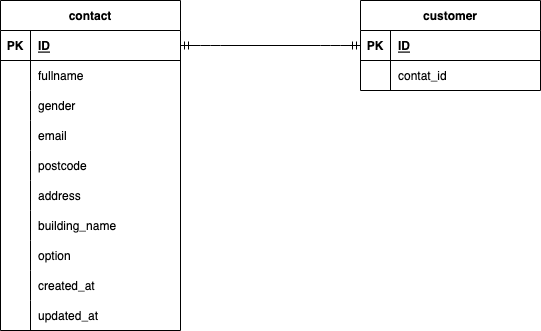
This is index.drawio.png from YukikoTK/first_test, a draw.io export, as it was before one commit. Source tidied: cells renumbered, new cells last; positions are measured from the earlier drawing's top-left corner, leaving out a move shared by most shapes. Its diagram source:
```xml
<mxGraphModel>
  <root>
    <mxCell id="0" />
    <mxCell id="1" parent="0" />
    <mxCell id="2" value="contact" style="shape=table;startSize=30;rowLines=0;fontStyle=1;align=center;" parent="1" vertex="1">
      <mxGeometry width="180" height="330" as="geometry" />
    </mxCell>
    <mxCell id="3" style="shape=tableRow;horizontal=0;startSize=0;swimlaneHead=0;swimlaneBody=0;fillColor=none;points=[[0,0.5],[1,0.5]];portConstraint=eastwest;top=0;left=0;right=0;bottom=1;" parent="2" vertex="1">
      <mxGeometry y="30" width="180" height="30" as="geometry" />
    </mxCell>
    <mxCell id="4" value="PK" style="shape=partialRectangle;fillColor=none;top=0;left=0;bottom=0;right=0;fontStyle=1;overflow=hidden;" parent="3" vertex="1">
      <mxGeometry width="30" height="30" as="geometry" />
    </mxCell>
    <mxCell id="5" value="ID" style="shape=partialRectangle;fillColor=none;top=0;left=0;bottom=0;right=0;align=left;spacingLeft=6;fontStyle=5;overflow=hidden;" parent="3" vertex="1">
      <mxGeometry x="30" width="150" height="30" as="geometry" />
    </mxCell>
    <mxCell id="6" style="shape=tableRow;horizontal=0;startSize=0;swimlaneHead=0;swimlaneBody=0;fillColor=none;top=0;left=0;right=0;bottom=0;" parent="2" vertex="1">
      <mxGeometry y="60" width="180" height="30" as="geometry" />
    </mxCell>
    <mxCell id="7" style="shape=partialRectangle;fillColor=none;top=0;left=0;bottom=0;right=0;overflow=hidden;" parent="6" vertex="1">
      <mxGeometry width="30" height="30" as="geometry" />
    </mxCell>
    <mxCell id="8" value="fullname" style="shape=partialRectangle;fillColor=none;top=0;left=0;bottom=0;right=0;align=left;spacingLeft=6;overflow=hidden;" parent="6" vertex="1">
      <mxGeometry x="30" width="150" height="30" as="geometry" />
    </mxCell>
    <mxCell id="9" style="shape=tableRow;horizontal=0;startSize=0;swimlaneHead=0;swimlaneBody=0;fillColor=none;top=0;left=0;right=0;bottom=0;" parent="2" vertex="1">
      <mxGeometry y="90" width="180" height="30" as="geometry" />
    </mxCell>
    <mxCell id="10" style="shape=partialRectangle;fillColor=none;top=0;left=0;bottom=0;right=0;overflow=hidden;" parent="9" vertex="1">
      <mxGeometry width="30" height="30" as="geometry" />
    </mxCell>
    <mxCell id="11" value="gender" style="shape=partialRectangle;fillColor=none;top=0;left=0;bottom=0;right=0;align=left;spacingLeft=6;overflow=hidden;" parent="9" vertex="1">
      <mxGeometry x="30" width="150" height="30" as="geometry" />
    </mxCell>
    <mxCell id="12" style="shape=tableRow;horizontal=0;startSize=0;swimlaneHead=0;swimlaneBody=0;fillColor=none;top=0;left=0;right=0;bottom=0;" parent="2" vertex="1">
      <mxGeometry y="120" width="180" height="30" as="geometry" />
    </mxCell>
    <mxCell id="13" style="shape=partialRectangle;fillColor=none;top=0;left=0;bottom=0;right=0;overflow=hidden;" parent="12" vertex="1">
      <mxGeometry width="30" height="30" as="geometry" />
    </mxCell>
    <mxCell id="14" value="email" style="shape=partialRectangle;fillColor=none;top=0;left=0;bottom=0;right=0;align=left;spacingLeft=6;overflow=hidden;" parent="12" vertex="1">
      <mxGeometry x="30" width="150" height="30" as="geometry" />
    </mxCell>
    <mxCell id="15" style="shape=tableRow;horizontal=0;startSize=0;swimlaneHead=0;swimlaneBody=0;fillColor=none;top=0;left=0;right=0;bottom=0;" parent="2" vertex="1">
      <mxGeometry y="150" width="180" height="30" as="geometry" />
    </mxCell>
    <mxCell id="16" style="shape=partialRectangle;fillColor=none;top=0;left=0;bottom=0;right=0;overflow=hidden;" parent="15" vertex="1">
      <mxGeometry width="30" height="30" as="geometry" />
    </mxCell>
    <mxCell id="17" value="postcode" style="shape=partialRectangle;fillColor=none;top=0;left=0;bottom=0;right=0;align=left;spacingLeft=6;overflow=hidden;" parent="15" vertex="1">
      <mxGeometry x="30" width="150" height="30" as="geometry" />
    </mxCell>
    <mxCell id="18" style="shape=tableRow;horizontal=0;startSize=0;swimlaneHead=0;swimlaneBody=0;fillColor=none;top=0;left=0;right=0;bottom=0;" parent="2" vertex="1">
      <mxGeometry y="180" width="180" height="30" as="geometry" />
    </mxCell>
    <mxCell id="19" style="shape=partialRectangle;fillColor=none;top=0;left=0;bottom=0;right=0;overflow=hidden;" parent="18" vertex="1">
      <mxGeometry width="30" height="30" as="geometry" />
    </mxCell>
    <mxCell id="20" value="address" style="shape=partialRectangle;fillColor=none;top=0;left=0;bottom=0;right=0;align=left;spacingLeft=6;overflow=hidden;" parent="18" vertex="1">
      <mxGeometry x="30" width="150" height="30" as="geometry" />
    </mxCell>
    <mxCell id="21" style="shape=tableRow;horizontal=0;startSize=0;swimlaneHead=0;swimlaneBody=0;fillColor=none;top=0;left=0;right=0;bottom=0;" parent="2" vertex="1">
      <mxGeometry y="210" width="180" height="30" as="geometry" />
    </mxCell>
    <mxCell id="22" style="shape=partialRectangle;fillColor=none;top=0;left=0;bottom=0;right=0;overflow=hidden;" parent="21" vertex="1">
      <mxGeometry width="30" height="30" as="geometry" />
    </mxCell>
    <mxCell id="23" value="building_name" style="shape=partialRectangle;fillColor=none;top=0;left=0;bottom=0;right=0;align=left;spacingLeft=6;overflow=hidden;" parent="21" vertex="1">
      <mxGeometry x="30" width="150" height="30" as="geometry" />
    </mxCell>
    <mxCell id="24" style="shape=tableRow;horizontal=0;startSize=0;swimlaneHead=0;swimlaneBody=0;fillColor=none;top=0;left=0;right=0;bottom=0;" parent="2" vertex="1">
      <mxGeometry y="240" width="180" height="30" as="geometry" />
    </mxCell>
    <mxCell id="25" style="shape=partialRectangle;fillColor=none;top=0;left=0;bottom=0;right=0;overflow=hidden;" parent="24" vertex="1">
      <mxGeometry width="30" height="30" as="geometry" />
    </mxCell>
    <mxCell id="26" value="option" style="shape=partialRectangle;fillColor=none;top=0;left=0;bottom=0;right=0;align=left;spacingLeft=6;overflow=hidden;" parent="24" vertex="1">
      <mxGeometry x="30" width="150" height="30" as="geometry" />
    </mxCell>
    <mxCell id="27" style="shape=tableRow;horizontal=0;startSize=0;swimlaneHead=0;swimlaneBody=0;fillColor=none;top=0;left=0;right=0;bottom=0;" parent="2" vertex="1">
      <mxGeometry y="270" width="180" height="30" as="geometry" />
    </mxCell>
    <mxCell id="28" style="shape=partialRectangle;fillColor=none;top=0;left=0;bottom=0;right=0;overflow=hidden;" parent="27" vertex="1">
      <mxGeometry width="30" height="30" as="geometry" />
    </mxCell>
    <mxCell id="29" value="created_at" style="shape=partialRectangle;fillColor=none;top=0;left=0;bottom=0;right=0;align=left;spacingLeft=6;overflow=hidden;" parent="27" vertex="1">
      <mxGeometry x="30" width="150" height="30" as="geometry" />
    </mxCell>
    <mxCell id="30" style="shape=tableRow;horizontal=0;startSize=0;swimlaneHead=0;swimlaneBody=0;fillColor=none;top=0;left=0;right=0;bottom=0;" parent="2" vertex="1">
      <mxGeometry y="300" width="180" height="30" as="geometry" />
    </mxCell>
    <mxCell id="31" style="shape=partialRectangle;fillColor=none;top=0;left=0;bottom=0;right=0;overflow=hidden;" parent="30" vertex="1">
      <mxGeometry width="30" height="30" as="geometry" />
    </mxCell>
    <mxCell id="32" value="updated_at" style="shape=partialRectangle;fillColor=none;top=0;left=0;bottom=0;right=0;align=left;spacingLeft=6;overflow=hidden;" parent="30" vertex="1">
      <mxGeometry x="30" width="150" height="30" as="geometry" />
    </mxCell>
    <mxCell id="33" value="customer" style="shape=table;startSize=30;rowLines=0;fontStyle=1;align=center;" parent="1" vertex="1">
      <mxGeometry x="360" width="180" height="90" as="geometry" />
    </mxCell>
    <mxCell id="34" style="shape=tableRow;horizontal=0;startSize=0;swimlaneHead=0;swimlaneBody=0;fillColor=none;points=[[0,0.5],[1,0.5]];portConstraint=eastwest;top=0;left=0;right=0;bottom=1;" parent="33" vertex="1">
      <mxGeometry y="30" width="180" height="30" as="geometry" />
    </mxCell>
    <mxCell id="35" value="PK" style="shape=partialRectangle;fillColor=none;top=0;left=0;bottom=0;right=0;fontStyle=1;overflow=hidden;" parent="34" vertex="1">
      <mxGeometry width="30" height="30" as="geometry" />
    </mxCell>
    <mxCell id="36" value="ID" style="shape=partialRectangle;fillColor=none;top=0;left=0;bottom=0;right=0;align=left;spacingLeft=6;fontStyle=5;overflow=hidden;" parent="34" vertex="1">
      <mxGeometry x="30" width="150" height="30" as="geometry" />
    </mxCell>
    <mxCell id="37" style="shape=tableRow;horizontal=0;startSize=0;swimlaneHead=0;swimlaneBody=0;fillColor=none;top=0;left=0;right=0;bottom=0;" parent="33" vertex="1">
      <mxGeometry y="60" width="180" height="30" as="geometry" />
    </mxCell>
    <mxCell id="38" style="shape=partialRectangle;fillColor=none;top=0;left=0;bottom=0;right=0;overflow=hidden;" parent="37" vertex="1">
      <mxGeometry width="30" height="30" as="geometry" />
    </mxCell>
    <mxCell id="39" value="contat_id" style="shape=partialRectangle;fillColor=none;top=0;left=0;bottom=0;right=0;align=left;spacingLeft=6;overflow=hidden;" parent="37" vertex="1">
      <mxGeometry x="30" width="150" height="30" as="geometry" />
    </mxCell>
    <mxCell id="40" style="edgeStyle=entityRelationEdgeStyle;fontSize=12;html=1;endArrow=ERmandOne;startArrow=ERmandOne;exitX=1;exitY=0.5;exitDx=0;exitDy=0;entryX=0;entryY=0.5;entryDx=0;entryDy=0;" parent="1" edge="1" source="3" target="34">
      <mxGeometry relative="1" as="geometry" />
    </mxCell>
  </root>
</mxGraphModel>
```
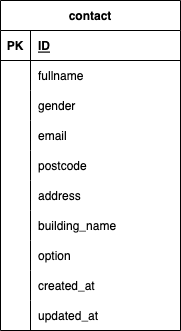
Above is the later version.

The edit, as a diff of the source:
```diff
@@ -95,29 +95,5 @@
     <mxCell id="32" value="updated_at" style="shape=partialRectangle;fillColor=none;top=0;left=0;bottom=0;right=0;align=left;spacingLeft=6;overflow=hidden;" parent="30" vertex="1">
       <mxGeometry x="30" width="150" height="30" as="geometry" />
     </mxCell>
-    <mxCell id="33" value="customer" style="shape=table;startSize=30;rowLines=0;fontStyle=1;align=center;" parent="1" vertex="1">
-      <mxGeometry x="360" width="180" height="90" as="geometry" />
-    </mxCell>
-    <mxCell id="34" style="shape=tableRow;horizontal=0;startSize=0;swimlaneHead=0;swimlaneBody=0;fillColor=none;points=[[0,0.5],[1,0.5]];portConstraint=eastwest;top=0;left=0;right=0;bottom=1;" parent="33" vertex="1">
-      <mxGeometry y="30" width="180" height="30" as="geometry" />
-    </mxCell>
-    <mxCell id="35" value="PK" style="shape=partialRectangle;fillColor=none;top=0;left=0;bottom=0;right=0;fontStyle=1;overflow=hidden;" parent="34" vertex="1">
-      <mxGeometry width="30" height="30" as="geometry" />
-    </mxCell>
-    <mxCell id="36" value="ID" style="shape=partialRectangle;fillColor=none;top=0;left=0;bottom=0;right=0;align=left;spacingLeft=6;fontStyle=5;overflow=hidden;" parent="34" vertex="1">
-      <mxGeometry x="30" width="150" height="30" as="geometry" />
-    </mxCell>
-    <mxCell id="37" style="shape=tableRow;horizontal=0;startSize=0;swimlaneHead=0;swimlaneBody=0;fillColor=none;top=0;left=0;right=0;bottom=0;" parent="33" vertex="1">
-      <mxGeometry y="60" width="180" height="30" as="geometry" />
-    </mxCell>
-    <mxCell id="38" style="shape=partialRectangle;fillColor=none;top=0;left=0;bottom=0;right=0;overflow=hidden;" parent="37" vertex="1">
-      <mxGeometry width="30" height="30" as="geometry" />
-    </mxCell>
-    <mxCell id="39" value="contat_id" style="shape=partialRectangle;fillColor=none;top=0;left=0;bottom=0;right=0;align=left;spacingLeft=6;overflow=hidden;" parent="37" vertex="1">
-      <mxGeometry x="30" width="150" height="30" as="geometry" />
-    </mxCell>
-    <mxCell id="40" style="edgeStyle=entityRelationEdgeStyle;fontSize=12;html=1;endArrow=ERmandOne;startArrow=ERmandOne;exitX=1;exitY=0.5;exitDx=0;exitDy=0;entryX=0;entryY=0.5;entryDx=0;entryDy=0;" parent="1" edge="1" source="3" target="34">
-      <mxGeometry relative="1" as="geometry" />
-    </mxCell>
   </root>
 </mxGraphModel>
```
